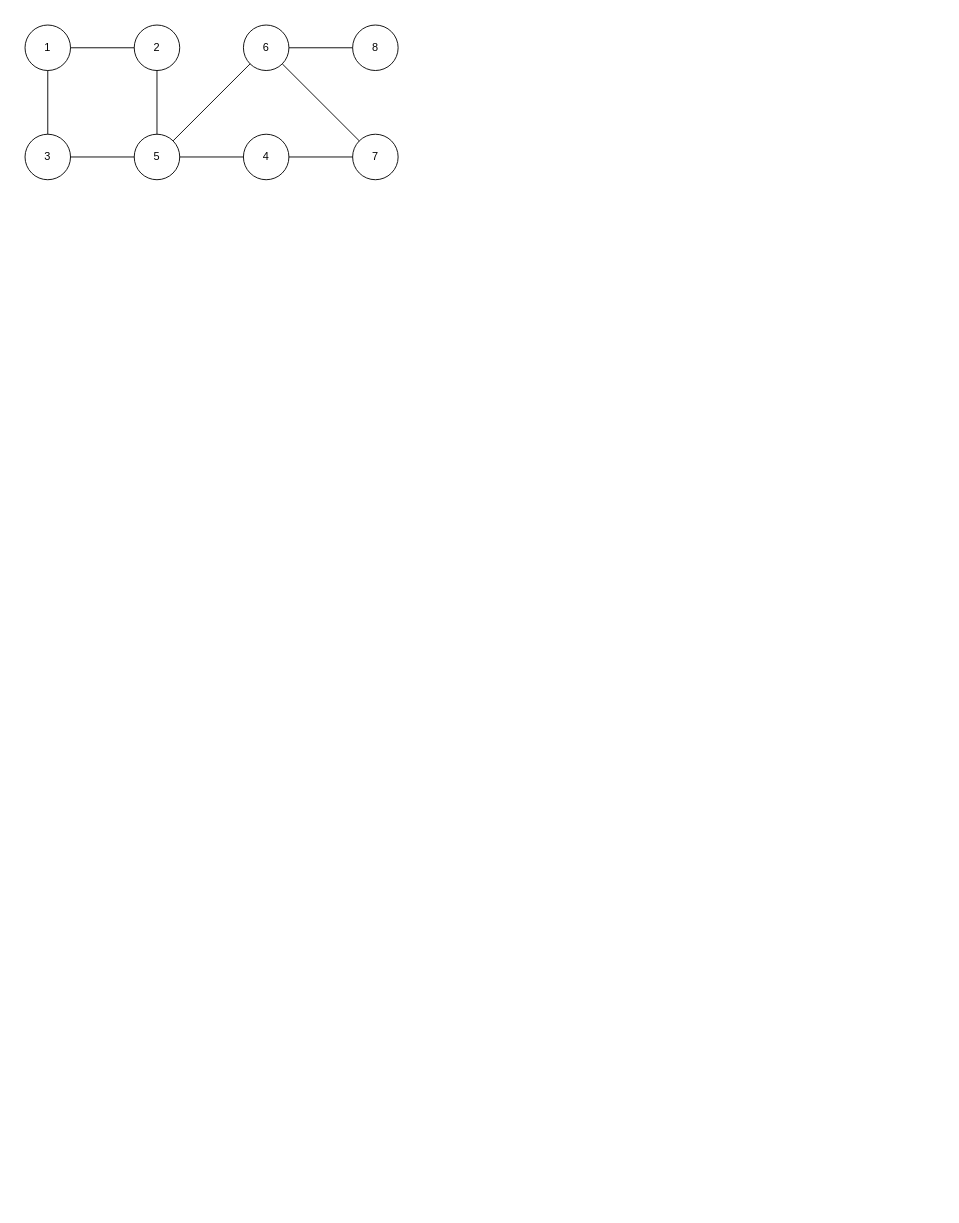
Earlier version of the draw.io diagram 2024_BOJ/drawio/14866.drawio (celbeing/PS_STUDY). Source tidied: cells renumbered, new cells numbered last; positions are measured from the earlier drawing's top-left corner, leaving out a move shared by most shapes. Both pictures are drawn from the tidied source at 91%, with x=0, y=0 at pixel (15, 15).
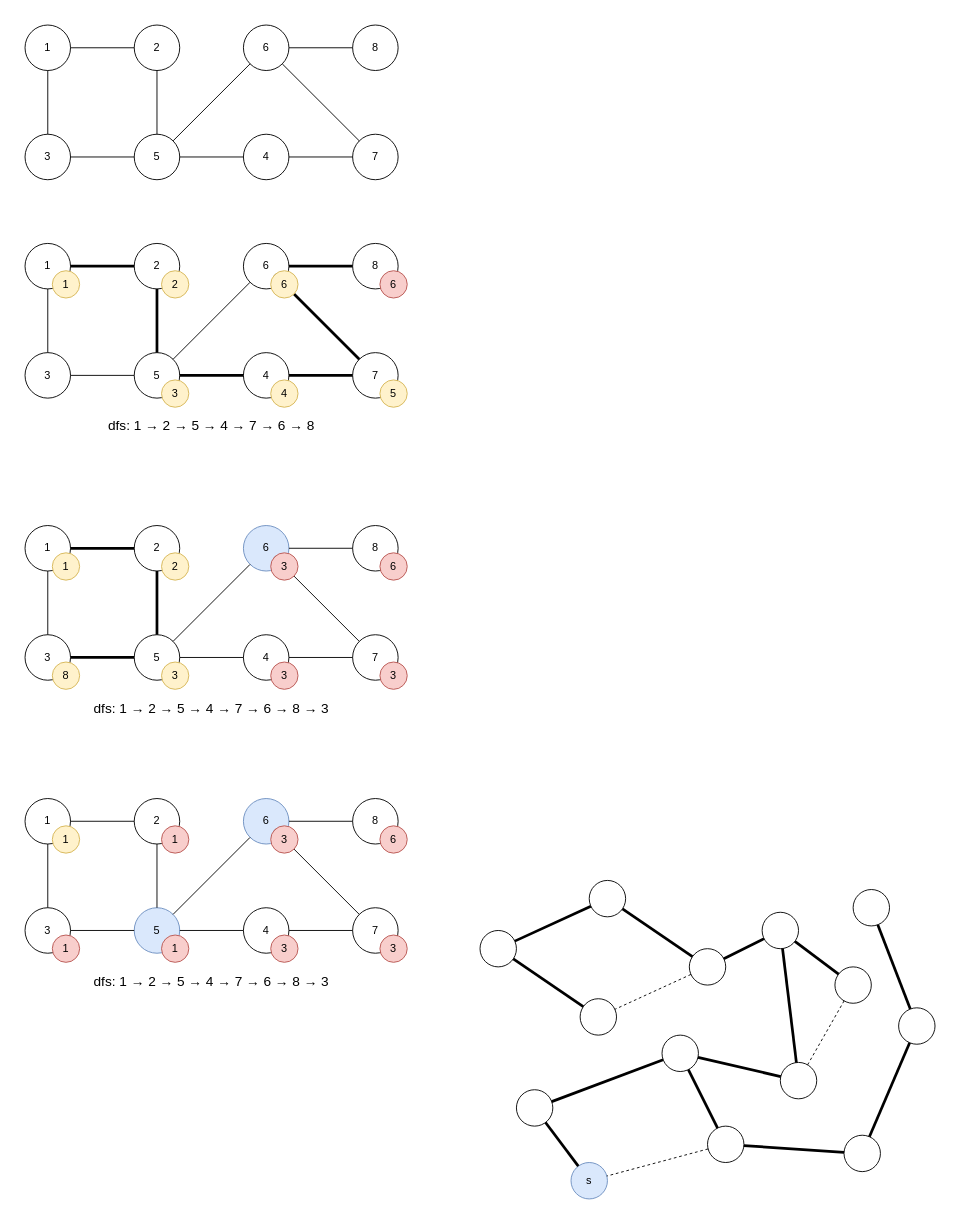
Above is the later version.

What changed in the source:
```diff
@@
+    <mxCell id="20" style="rounded=0;whiteSpace=wrap;html=1;strokeColor=none;" parent="1" vertex="1">
+      <mxGeometry x="500" y="940" width="520" height="370" as="geometry" />
+    </mxCell>
@@
+    <mxCell id="21" style="rounded=0;whiteSpace=wrap;html=1;strokeColor=none;" parent="1" vertex="1">
+      <mxGeometry y="240" width="430" height="240" as="geometry" />
+    </mxCell>
+    <mxCell id="22" value="7" style="ellipse;whiteSpace=wrap;html=1;" parent="1" vertex="1">
+      <mxGeometry x="370" y="370" width="50" height="50" as="geometry" />
+    </mxCell>
+    <mxCell id="23" value="3" style="ellipse;whiteSpace=wrap;html=1;" parent="1" vertex="1">
+      <mxGeometry x="10" y="370" width="50" height="50" as="geometry" />
+    </mxCell>
+    <mxCell id="24" value="1" style="ellipse;whiteSpace=wrap;html=1;" parent="1" vertex="1">
+      <mxGeometry x="10" y="250" width="50" height="50" as="geometry" />
+    </mxCell>
+    <mxCell id="25" value="2" style="ellipse;whiteSpace=wrap;html=1;" parent="1" vertex="1">
+      <mxGeometry x="130" y="250" width="50" height="50" as="geometry" />
+    </mxCell>
+    <mxCell id="26" value="5" style="ellipse;whiteSpace=wrap;html=1;" parent="1" vertex="1">
+      <mxGeometry x="130" y="370" width="50" height="50" as="geometry" />
+    </mxCell>
+    <mxCell id="27" value="4" style="ellipse;whiteSpace=wrap;html=1;" parent="1" vertex="1">
+      <mxGeometry x="250" y="370" width="50" height="50" as="geometry" />
+    </mxCell>
+    <mxCell id="28" value="8" style="ellipse;whiteSpace=wrap;html=1;" parent="1" vertex="1">
+      <mxGeometry x="370" y="250" width="50" height="50" as="geometry" />
+    </mxCell>
+    <mxCell id="29" value="6" style="ellipse;whiteSpace=wrap;html=1;" parent="1" vertex="1">
+      <mxGeometry x="250" y="250" width="50" height="50" as="geometry" />
+    </mxCell>
+    <mxCell id="30" style="endArrow=none;html=1;rounded=0;strokeWidth=3;" parent="1" edge="1" source="27" target="22">
+      <mxGeometry relative="1" as="geometry" />
+    </mxCell>
+    <mxCell id="31" style="endArrow=none;html=1;rounded=0;" parent="1" edge="1" source="26" target="29">
+      <mxGeometry relative="1" as="geometry" />
+    </mxCell>
+    <mxCell id="32" style="endArrow=none;html=1;rounded=0;strokeWidth=3;" parent="1" edge="1" source="24" target="25">
+      <mxGeometry relative="1" as="geometry" />
+    </mxCell>
+    <mxCell id="33" style="endArrow=none;html=1;rounded=0;strokeWidth=3;" parent="1" edge="1" source="25" target="26">
+      <mxGeometry relative="1" as="geometry" />
+    </mxCell>
+    <mxCell id="34" style="endArrow=none;html=1;rounded=0;" parent="1" edge="1" source="23" target="24">
+      <mxGeometry relative="1" as="geometry" />
+    </mxCell>
+    <mxCell id="35" style="endArrow=none;html=1;rounded=0;strokeWidth=3;" parent="1" edge="1" source="29" target="28">
+      <mxGeometry relative="1" as="geometry" />
+    </mxCell>
+    <mxCell id="36" style="endArrow=none;html=1;rounded=0;" parent="1" edge="1" source="23" target="26">
+      <mxGeometry relative="1" as="geometry" />
+    </mxCell>
+    <mxCell id="37" style="endArrow=none;html=1;rounded=0;strokeWidth=3;" parent="1" edge="1" source="46" target="22">
+      <mxGeometry relative="1" as="geometry" />
+    </mxCell>
+    <mxCell id="38" style="endArrow=none;html=1;rounded=0;strokeWidth=3;" parent="1" edge="1" source="27" target="26">
+      <mxGeometry relative="1" as="geometry" />
+    </mxCell>
+    <mxCell id="39" value="dfs: 1 → 2&amp;nbsp;→ 5&amp;nbsp;→ 4&amp;nbsp;→ 7&amp;nbsp;→ 6&amp;nbsp;→ 8" style="text;html=1;align=center;verticalAlign=middle;whiteSpace=wrap;rounded=0;fontSize=15;" parent="1" vertex="1">
+      <mxGeometry y="430" width="430" height="40" as="geometry" />
+    </mxCell>
+    <mxCell id="40" value="1" style="ellipse;whiteSpace=wrap;html=1;fillColor=#fff2cc;strokeColor=#d6b656;" parent="1" vertex="1">
+      <mxGeometry x="40" y="280" width="30" height="30" as="geometry" />
+    </mxCell>
+    <mxCell id="41" value="2" style="ellipse;whiteSpace=wrap;html=1;fillColor=#fff2cc;strokeColor=#d6b656;" parent="1" vertex="1">
+      <mxGeometry x="160" y="280" width="30" height="30" as="geometry" />
+    </mxCell>
+    <mxCell id="42" value="3" style="ellipse;whiteSpace=wrap;html=1;fillColor=#fff2cc;strokeColor=#d6b656;" parent="1" vertex="1">
+      <mxGeometry x="160" y="400" width="30" height="30" as="geometry" />
+    </mxCell>
+    <mxCell id="43" value="4" style="ellipse;whiteSpace=wrap;html=1;fillColor=#fff2cc;strokeColor=#d6b656;" parent="1" vertex="1">
+      <mxGeometry x="280" y="400" width="30" height="30" as="geometry" />
+    </mxCell>
+    <mxCell id="44" value="5" style="ellipse;whiteSpace=wrap;html=1;fillColor=#fff2cc;strokeColor=#d6b656;" parent="1" vertex="1">
+      <mxGeometry x="400" y="400" width="30" height="30" as="geometry" />
+    </mxCell>
+    <mxCell id="45" style="endArrow=none;html=1;rounded=0;strokeWidth=3;" parent="1" edge="1" source="29" target="46">
+      <mxGeometry relative="1" as="geometry" />
+    </mxCell>
+    <mxCell id="46" value="6" style="ellipse;whiteSpace=wrap;html=1;fillColor=#fff2cc;strokeColor=#d6b656;" parent="1" vertex="1">
+      <mxGeometry x="280" y="280" width="30" height="30" as="geometry" />
+    </mxCell>
+    <mxCell id="47" value="6" style="ellipse;whiteSpace=wrap;html=1;fillColor=#f8cecc;strokeColor=#b85450;" parent="1" vertex="1">
+      <mxGeometry x="400" y="280" width="30" height="30" as="geometry" />
+    </mxCell>
+    <mxCell id="48" style="rounded=0;whiteSpace=wrap;html=1;strokeColor=none;" parent="1" vertex="1">
+      <mxGeometry y="550" width="430" height="240" as="geometry" />
+    </mxCell>
+    <mxCell id="49" value="7" style="ellipse;whiteSpace=wrap;html=1;" parent="1" vertex="1">
+      <mxGeometry x="370" y="680" width="50" height="50" as="geometry" />
+    </mxCell>
+    <mxCell id="50" value="3" style="ellipse;whiteSpace=wrap;html=1;" parent="1" vertex="1">
+      <mxGeometry x="10" y="680" width="50" height="50" as="geometry" />
+    </mxCell>
+    <mxCell id="51" value="1" style="ellipse;whiteSpace=wrap;html=1;" parent="1" vertex="1">
+      <mxGeometry x="10" y="560" width="50" height="50" as="geometry" />
+    </mxCell>
+    <mxCell id="52" value="2" style="ellipse;whiteSpace=wrap;html=1;" parent="1" vertex="1">
+      <mxGeometry x="130" y="560" width="50" height="50" as="geometry" />
+    </mxCell>
+    <mxCell id="53" value="5" style="ellipse;whiteSpace=wrap;html=1;" parent="1" vertex="1">
+      <mxGeometry x="130" y="680" width="50" height="50" as="geometry" />
+    </mxCell>
+    <mxCell id="54" value="4" style="ellipse;whiteSpace=wrap;html=1;" parent="1" vertex="1">
+      <mxGeometry x="250" y="680" width="50" height="50" as="geometry" />
+    </mxCell>
+    <mxCell id="55" value="8" style="ellipse;whiteSpace=wrap;html=1;" parent="1" vertex="1">
+      <mxGeometry x="370" y="560" width="50" height="50" as="geometry" />
+    </mxCell>
+    <mxCell id="56" value="6" style="ellipse;whiteSpace=wrap;html=1;fillColor=#dae8fc;strokeColor=#6c8ebf;" parent="1" vertex="1">
+      <mxGeometry x="250" y="560" width="50" height="50" as="geometry" />
+    </mxCell>
+    <mxCell id="57" style="endArrow=none;html=1;rounded=0;strokeWidth=1;" parent="1" edge="1" source="54" target="49">
+      <mxGeometry relative="1" as="geometry" />
+    </mxCell>
+    <mxCell id="58" style="endArrow=none;html=1;rounded=0;" parent="1" edge="1" source="53" target="56">
+      <mxGeometry relative="1" as="geometry" />
+    </mxCell>
+    <mxCell id="59" style="endArrow=none;html=1;rounded=0;strokeWidth=3;" parent="1" edge="1" source="51" target="52">
+      <mxGeometry relative="1" as="geometry" />
+    </mxCell>
+    <mxCell id="60" style="endArrow=none;html=1;rounded=0;strokeWidth=3;" parent="1" edge="1" source="52" target="53">
+      <mxGeometry relative="1" as="geometry" />
+    </mxCell>
+    <mxCell id="61" style="endArrow=none;html=1;rounded=0;" parent="1" edge="1" source="50" target="51">
+      <mxGeometry relative="1" as="geometry" />
+    </mxCell>
+    <mxCell id="62" style="endArrow=none;html=1;rounded=0;strokeWidth=1;" parent="1" edge="1" source="56" target="55">
+      <mxGeometry relative="1" as="geometry" />
+    </mxCell>
+    <mxCell id="63" style="endArrow=none;html=1;rounded=0;strokeWidth=3;" parent="1" edge="1" source="50" target="53">
+      <mxGeometry relative="1" as="geometry" />
+    </mxCell>
+    <mxCell id="64" style="endArrow=none;html=1;rounded=0;strokeWidth=1;" parent="1" edge="1" source="73" target="49">
+      <mxGeometry relative="1" as="geometry" />
+    </mxCell>
+    <mxCell id="65" style="endArrow=none;html=1;rounded=0;strokeWidth=1;" parent="1" edge="1" source="54" target="53">
+      <mxGeometry relative="1" as="geometry" />
+    </mxCell>
+    <mxCell id="66" value="dfs: 1 → 2&amp;nbsp;→ 5&amp;nbsp;→ 4&amp;nbsp;→ 7&amp;nbsp;→ 6&amp;nbsp;→ 8&amp;nbsp;→ 3" style="text;html=1;align=center;verticalAlign=middle;whiteSpace=wrap;rounded=0;fontSize=15;" parent="1" vertex="1">
+      <mxGeometry y="740" width="430" height="40" as="geometry" />
+    </mxCell>
+    <mxCell id="67" value="1" style="ellipse;whiteSpace=wrap;html=1;fillColor=#fff2cc;strokeColor=#d6b656;" parent="1" vertex="1">
+      <mxGeometry x="40" y="590" width="30" height="30" as="geometry" />
+    </mxCell>
+    <mxCell id="68" value="2" style="ellipse;whiteSpace=wrap;html=1;fillColor=#fff2cc;strokeColor=#d6b656;" parent="1" vertex="1">
+      <mxGeometry x="160" y="590" width="30" height="30" as="geometry" />
+    </mxCell>
+    <mxCell id="69" value="3" style="ellipse;whiteSpace=wrap;html=1;fillColor=#fff2cc;strokeColor=#d6b656;" parent="1" vertex="1">
+      <mxGeometry x="160" y="710" width="30" height="30" as="geometry" />
+    </mxCell>
+    <mxCell id="70" value="3" style="ellipse;whiteSpace=wrap;html=1;fillColor=#f8cecc;strokeColor=#b85450;" parent="1" vertex="1">
+      <mxGeometry x="280" y="710" width="30" height="30" as="geometry" />
+    </mxCell>
+    <mxCell id="71" value="3" style="ellipse;whiteSpace=wrap;html=1;fillColor=#f8cecc;strokeColor=#b85450;" parent="1" vertex="1">
+      <mxGeometry x="400" y="710" width="30" height="30" as="geometry" />
+    </mxCell>
+    <mxCell id="72" style="endArrow=none;html=1;rounded=0;strokeWidth=3;" parent="1" edge="1" source="56" target="73">
+      <mxGeometry relative="1" as="geometry" />
+    </mxCell>
+    <mxCell id="73" value="3" style="ellipse;whiteSpace=wrap;html=1;fillColor=#f8cecc;strokeColor=#b85450;" parent="1" vertex="1">
+      <mxGeometry x="280" y="590" width="30" height="30" as="geometry" />
+    </mxCell>
+    <mxCell id="74" value="6" style="ellipse;whiteSpace=wrap;html=1;fillColor=#f8cecc;strokeColor=#b85450;" parent="1" vertex="1">
+      <mxGeometry x="400" y="590" width="30" height="30" as="geometry" />
+    </mxCell>
+    <mxCell id="75" value="8" style="ellipse;whiteSpace=wrap;html=1;fillColor=#fff2cc;strokeColor=#d6b656;" parent="1" vertex="1">
+      <mxGeometry x="40" y="710" width="30" height="30" as="geometry" />
+    </mxCell>
+    <mxCell id="76" style="rounded=0;whiteSpace=wrap;html=1;strokeColor=none;" parent="1" vertex="1">
+      <mxGeometry y="850" width="430" height="240" as="geometry" />
+    </mxCell>
+    <mxCell id="77" value="7" style="ellipse;whiteSpace=wrap;html=1;" parent="1" vertex="1">
+      <mxGeometry x="370" y="980" width="50" height="50" as="geometry" />
+    </mxCell>
+    <mxCell id="78" value="3" style="ellipse;whiteSpace=wrap;html=1;" parent="1" vertex="1">
+      <mxGeometry x="10" y="980" width="50" height="50" as="geometry" />
+    </mxCell>
+    <mxCell id="79" value="1" style="ellipse;whiteSpace=wrap;html=1;" parent="1" vertex="1">
+      <mxGeometry x="10" y="860" width="50" height="50" as="geometry" />
+    </mxCell>
+    <mxCell id="80" value="2" style="ellipse;whiteSpace=wrap;html=1;" parent="1" vertex="1">
+      <mxGeometry x="130" y="860" width="50" height="50" as="geometry" />
+    </mxCell>
+    <mxCell id="81" value="5" style="ellipse;whiteSpace=wrap;html=1;fillColor=#dae8fc;strokeColor=#6c8ebf;" parent="1" vertex="1">
+      <mxGeometry x="130" y="980" width="50" height="50" as="geometry" />
+    </mxCell>
+    <mxCell id="82" value="4" style="ellipse;whiteSpace=wrap;html=1;" parent="1" vertex="1">
+      <mxGeometry x="250" y="980" width="50" height="50" as="geometry" />
+    </mxCell>
+    <mxCell id="83" value="8" style="ellipse;whiteSpace=wrap;html=1;" parent="1" vertex="1">
+      <mxGeometry x="370" y="860" width="50" height="50" as="geometry" />
+    </mxCell>
+    <mxCell id="84" value="6" style="ellipse;whiteSpace=wrap;html=1;fillColor=#dae8fc;strokeColor=#6c8ebf;" parent="1" vertex="1">
+      <mxGeometry x="250" y="860" width="50" height="50" as="geometry" />
+    </mxCell>
+    <mxCell id="85" style="endArrow=none;html=1;rounded=0;strokeWidth=1;" parent="1" edge="1" source="82" target="77">
+      <mxGeometry relative="1" as="geometry" />
+    </mxCell>
+    <mxCell id="86" style="endArrow=none;html=1;rounded=0;" parent="1" edge="1" source="81" target="84">
+      <mxGeometry relative="1" as="geometry" />
+    </mxCell>
+    <mxCell id="87" style="endArrow=none;html=1;rounded=0;strokeWidth=1;" parent="1" edge="1" source="79" target="80">
+      <mxGeometry relative="1" as="geometry" />
+    </mxCell>
+    <mxCell id="88" style="endArrow=none;html=1;rounded=0;strokeWidth=1;" parent="1" edge="1" source="80" target="81">
+      <mxGeometry relative="1" as="geometry" />
+    </mxCell>
+    <mxCell id="89" style="endArrow=none;html=1;rounded=0;" parent="1" edge="1" source="78" target="79">
+      <mxGeometry relative="1" as="geometry" />
+    </mxCell>
+    <mxCell id="90" style="endArrow=none;html=1;rounded=0;strokeWidth=1;" parent="1" edge="1" source="84" target="83">
+      <mxGeometry relative="1" as="geometry" />
+    </mxCell>
+    <mxCell id="91" style="endArrow=none;html=1;rounded=0;strokeWidth=1;" parent="1" edge="1" source="78" target="81">
+      <mxGeometry relative="1" as="geometry" />
+    </mxCell>
+    <mxCell id="92" style="endArrow=none;html=1;rounded=0;strokeWidth=1;" parent="1" edge="1" source="101" target="77">
+      <mxGeometry relative="1" as="geometry" />
+    </mxCell>
+    <mxCell id="93" style="endArrow=none;html=1;rounded=0;strokeWidth=1;" parent="1" edge="1" source="82" target="81">
+      <mxGeometry relative="1" as="geometry" />
+    </mxCell>
+    <mxCell id="94" value="dfs: 1 → 2&amp;nbsp;→ 5&amp;nbsp;→ 4&amp;nbsp;→ 7&amp;nbsp;→ 6&amp;nbsp;→ 8&amp;nbsp;→ 3" style="text;html=1;align=center;verticalAlign=middle;whiteSpace=wrap;rounded=0;fontSize=15;" parent="1" vertex="1">
+      <mxGeometry y="1040" width="430" height="40" as="geometry" />
+    </mxCell>
+    <mxCell id="95" value="1" style="ellipse;whiteSpace=wrap;html=1;fillColor=#fff2cc;strokeColor=#d6b656;" parent="1" vertex="1">
+      <mxGeometry x="40" y="890" width="30" height="30" as="geometry" />
+    </mxCell>
+    <mxCell id="96" value="1" style="ellipse;whiteSpace=wrap;html=1;fillColor=#f8cecc;strokeColor=#b85450;" parent="1" vertex="1">
+      <mxGeometry x="160" y="890" width="30" height="30" as="geometry" />
+    </mxCell>
+    <mxCell id="97" value="1" style="ellipse;whiteSpace=wrap;html=1;fillColor=#f8cecc;strokeColor=#b85450;" parent="1" vertex="1">
+      <mxGeometry x="160" y="1010" width="30" height="30" as="geometry" />
+    </mxCell>
+    <mxCell id="98" value="3" style="ellipse;whiteSpace=wrap;html=1;fillColor=#f8cecc;strokeColor=#b85450;" parent="1" vertex="1">
+      <mxGeometry x="280" y="1010" width="30" height="30" as="geometry" />
+    </mxCell>
+    <mxCell id="99" value="3" style="ellipse;whiteSpace=wrap;html=1;fillColor=#f8cecc;strokeColor=#b85450;" parent="1" vertex="1">
+      <mxGeometry x="400" y="1010" width="30" height="30" as="geometry" />
+    </mxCell>
+    <mxCell id="100" style="endArrow=none;html=1;rounded=0;strokeWidth=3;" parent="1" edge="1" source="84" target="101">
+      <mxGeometry relative="1" as="geometry" />
+    </mxCell>
+    <mxCell id="101" value="3" style="ellipse;whiteSpace=wrap;html=1;fillColor=#f8cecc;strokeColor=#b85450;" parent="1" vertex="1">
+      <mxGeometry x="280" y="890" width="30" height="30" as="geometry" />
+    </mxCell>
+    <mxCell id="102" value="6" style="ellipse;whiteSpace=wrap;html=1;fillColor=#f8cecc;strokeColor=#b85450;" parent="1" vertex="1">
+      <mxGeometry x="400" y="890" width="30" height="30" as="geometry" />
+    </mxCell>
+    <mxCell id="103" value="1" style="ellipse;whiteSpace=wrap;html=1;fillColor=#f8cecc;strokeColor=#b85450;" parent="1" vertex="1">
+      <mxGeometry x="40" y="1010" width="30" height="30" as="geometry" />
+    </mxCell>
+    <mxCell id="104" style="ellipse;whiteSpace=wrap;html=1;direction=west;" parent="1" vertex="1">
+      <mxGeometry x="840" y="1150" width="40" height="40" as="geometry" />
+    </mxCell>
+    <mxCell id="105" style="ellipse;whiteSpace=wrap;html=1;" parent="1" vertex="1">
+      <mxGeometry x="820" y="985" width="40" height="40" as="geometry" />
+    </mxCell>
+    <mxCell id="106" style="ellipse;whiteSpace=wrap;html=1;" parent="1" vertex="1">
+      <mxGeometry x="710" y="1120" width="40" height="40" as="geometry" />
+    </mxCell>
+    <mxCell id="107" style="ellipse;whiteSpace=wrap;html=1;" parent="1" vertex="1">
+      <mxGeometry x="970" y="1090" width="40" height="40" as="geometry" />
+    </mxCell>
+    <mxCell id="108" style="ellipse;whiteSpace=wrap;html=1;" parent="1" vertex="1">
+      <mxGeometry x="740" y="1025" width="40" height="40" as="geometry" />
+    </mxCell>
+    <mxCell id="109" style="ellipse;whiteSpace=wrap;html=1;" parent="1" vertex="1">
+      <mxGeometry x="760" y="1220" width="40" height="40" as="geometry" />
+    </mxCell>
+    <mxCell id="110" style="ellipse;whiteSpace=wrap;html=1;" parent="1" vertex="1">
+      <mxGeometry x="910" y="1230" width="40" height="40" as="geometry" />
+    </mxCell>
+    <mxCell id="111" style="ellipse;whiteSpace=wrap;html=1;" parent="1" vertex="1">
+      <mxGeometry x="920" y="960" width="40" height="40" as="geometry" />
+    </mxCell>
+    <mxCell id="112" style="ellipse;whiteSpace=wrap;html=1;" parent="1" vertex="1">
+      <mxGeometry x="620" y="1080" width="40" height="40" as="geometry" />
+    </mxCell>
+    <mxCell id="113" style="ellipse;whiteSpace=wrap;html=1;" parent="1" vertex="1">
+      <mxGeometry x="900" y="1045" width="40" height="40" as="geometry" />
+    </mxCell>
+    <mxCell id="114" value="s" style="ellipse;whiteSpace=wrap;html=1;fillColor=#dae8fc;strokeColor=#6c8ebf;" parent="1" vertex="1">
+      <mxGeometry x="610" y="1260" width="40" height="40" as="geometry" />
+    </mxCell>
+    <mxCell id="115" style="ellipse;whiteSpace=wrap;html=1;" parent="1" vertex="1">
+      <mxGeometry x="550" y="1180" width="40" height="40" as="geometry" />
+    </mxCell>
+    <mxCell id="116" style="ellipse;whiteSpace=wrap;html=1;" parent="1" vertex="1">
+      <mxGeometry x="630" y="950" width="40" height="40" as="geometry" />
+    </mxCell>
+    <mxCell id="117" style="ellipse;whiteSpace=wrap;html=1;" parent="1" vertex="1">
+      <mxGeometry x="510" y="1005" width="40" height="40" as="geometry" />
+    </mxCell>
+    <mxCell id="118" style="endArrow=none;html=1;rounded=0;dashed=1;" parent="1" edge="1" source="108" target="112">
+      <mxGeometry relative="1" as="geometry" />
+    </mxCell>
+    <mxCell id="119" style="endArrow=none;html=1;rounded=0;strokeWidth=3;" parent="1" edge="1" source="110" target="107">
+      <mxGeometry relative="1" as="geometry" />
+    </mxCell>
+    <mxCell id="120" style="endArrow=none;html=1;rounded=0;strokeWidth=3;" parent="1" edge="1" source="111" target="107">
+      <mxGeometry relative="1" as="geometry" />
+    </mxCell>
+    <mxCell id="121" style="endArrow=none;html=1;rounded=0;strokeWidth=3;" parent="1" edge="1" source="104" target="105">
+      <mxGeometry relative="1" as="geometry" />
+    </mxCell>
+    <mxCell id="122" style="endArrow=none;html=1;rounded=0;strokeWidth=3;" parent="1" edge="1" source="105" target="108">
+      <mxGeometry relative="1" as="geometry" />
+    </mxCell>
+    <mxCell id="123" style="endArrow=none;html=1;rounded=0;strokeWidth=3;" parent="1" edge="1" source="117" target="112">
+      <mxGeometry relative="1" as="geometry" />
+    </mxCell>
+    <mxCell id="124" style="endArrow=none;html=1;rounded=0;strokeWidth=3;" parent="1" edge="1" source="115" target="106">
+      <mxGeometry relative="1" as="geometry" />
+    </mxCell>
+    <mxCell id="125" style="endArrow=none;html=1;rounded=0;strokeWidth=3;" parent="1" edge="1" source="109" target="106">
+      <mxGeometry relative="1" as="geometry" />
+    </mxCell>
+    <mxCell id="126" style="endArrow=none;html=1;rounded=0;dashed=1;" parent="1" edge="1" source="104" target="113">
+      <mxGeometry relative="1" as="geometry" />
+    </mxCell>
+    <mxCell id="127" style="endArrow=none;html=1;rounded=0;strokeWidth=3;" parent="1" edge="1" source="104" target="106">
+      <mxGeometry relative="1" as="geometry" />
+    </mxCell>
+    <mxCell id="128" style="endArrow=none;html=1;rounded=0;strokeWidth=3;" parent="1" edge="1" source="114" target="115">
+      <mxGeometry relative="1" as="geometry" />
+    </mxCell>
+    <mxCell id="129" style="endArrow=none;html=1;rounded=0;strokeWidth=3;" parent="1" edge="1" source="110" target="109">
+      <mxGeometry relative="1" as="geometry" />
+    </mxCell>
+    <mxCell id="130" style="endArrow=none;html=1;rounded=0;strokeWidth=3;" parent="1" edge="1" source="116" target="108">
+      <mxGeometry relative="1" as="geometry" />
+    </mxCell>
+    <mxCell id="131" style="endArrow=none;html=1;rounded=0;strokeWidth=1;dashed=1;" parent="1" edge="1" source="109" target="114">
+      <mxGeometry relative="1" as="geometry" />
+    </mxCell>
+    <mxCell id="132" style="endArrow=none;html=1;rounded=0;strokeWidth=3;" parent="1" edge="1" source="117" target="116">
+      <mxGeometry relative="1" as="geometry" />
+    </mxCell>
+    <mxCell id="133" style="endArrow=none;html=1;rounded=0;strokeWidth=3;" parent="1" edge="1" source="105" target="113">
+      <mxGeometry relative="1" as="geometry" />
+    </mxCell>
```
